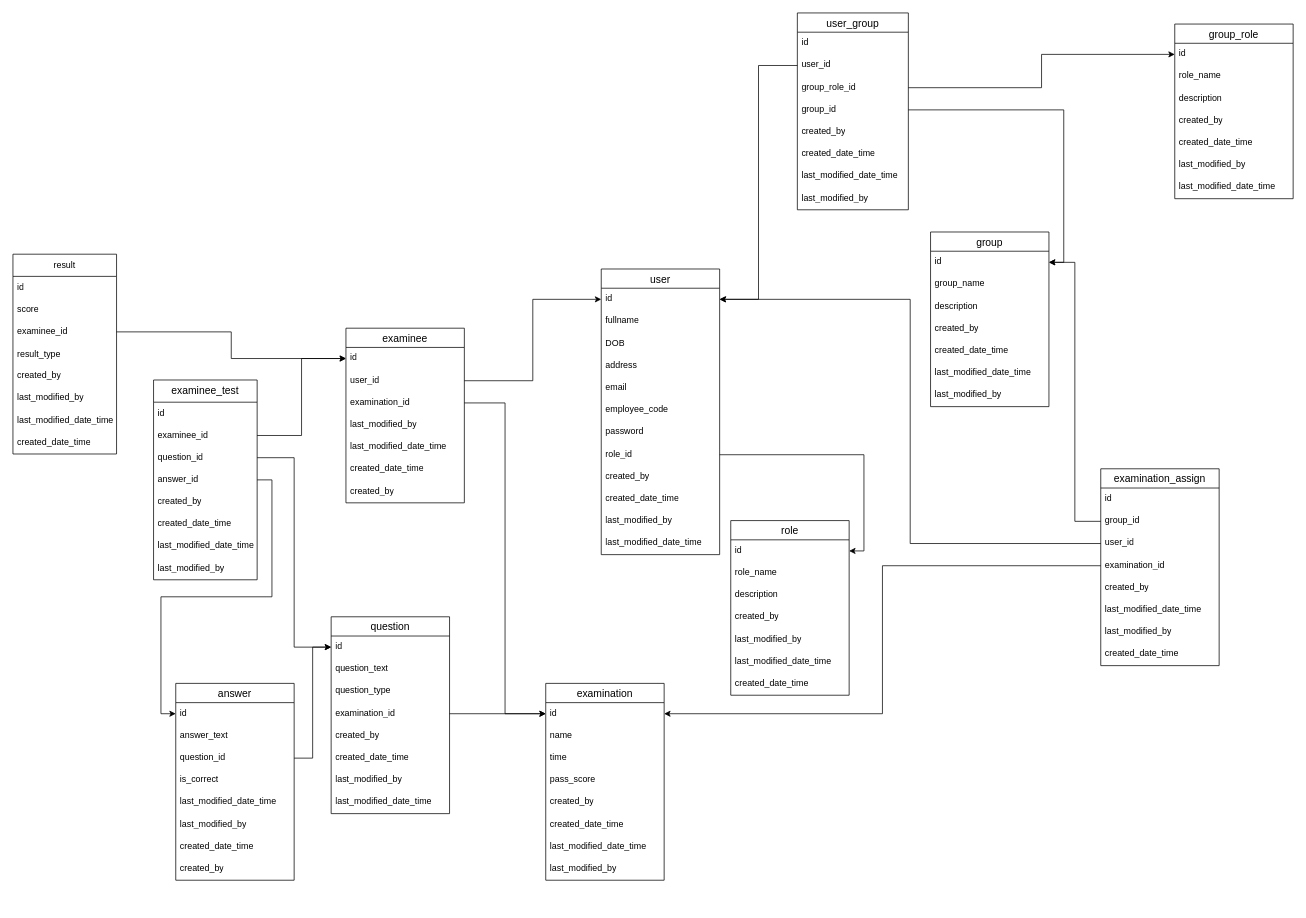
nguyenvanhadncntt/skills_assessment keeps this draw.io diagram as db_design.drawio. Above is the earlier version. Source tidied: cells renumbered, new cells numbered last; positions are measured from the earlier drawing's top-left corner, leaving out a move shared by most shapes. Both pictures are drawn from the tidied source at 74%, with x=0, y=0 at pixel (13, 13).
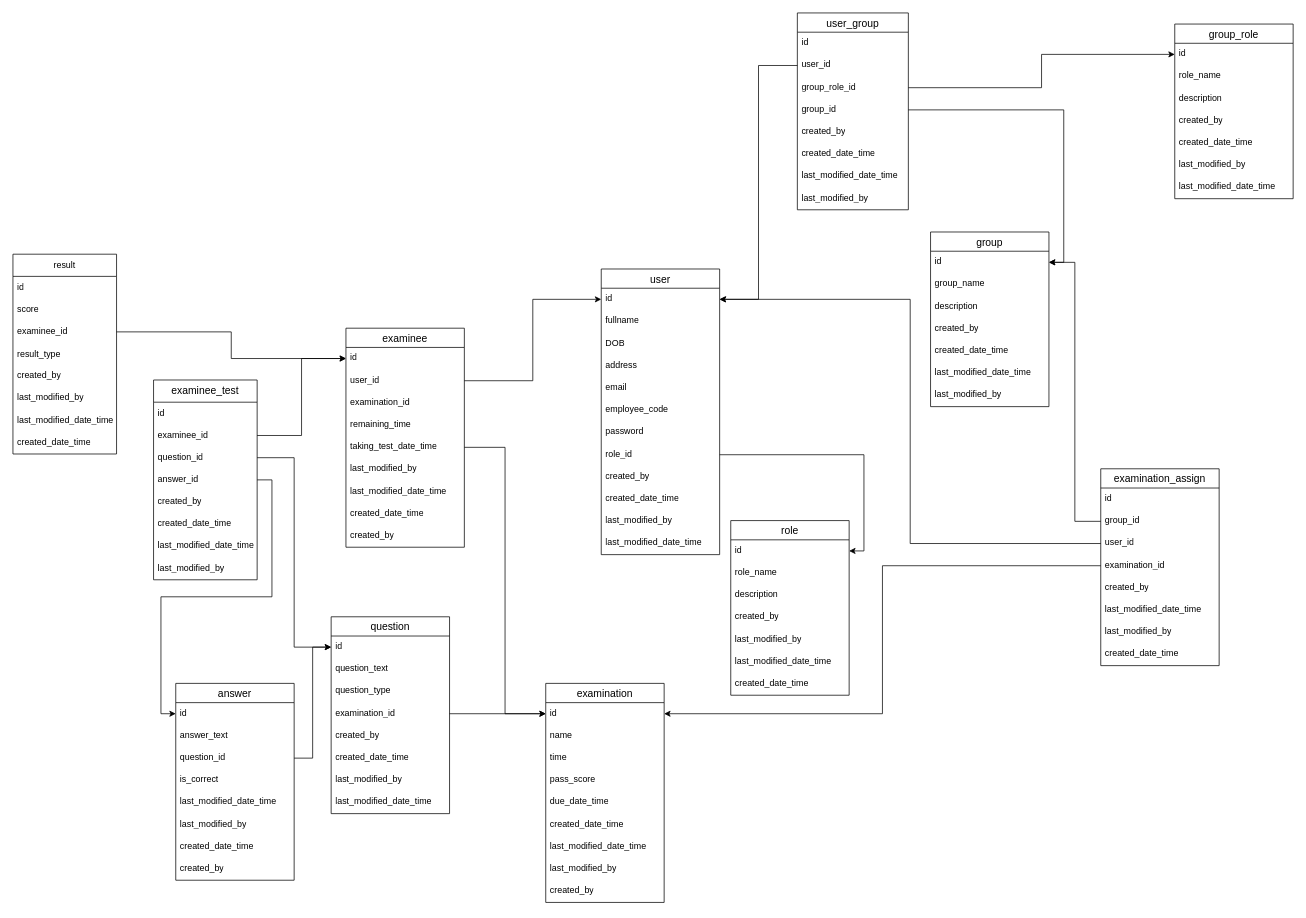
Above is the later version.

Change to the diagram source:
```diff
@@
     <mxCell id="48" value="examination" style="swimlane;fontStyle=0;horizontal=1;startSize=26;align=center;fontSize=14;" parent="1" vertex="1">
-      <mxGeometry x="720" y="906" width="160" height="266" as="geometry" />
+      <mxGeometry x="720" y="906" width="160" height="296" as="geometry" />
     </mxCell>
@@
-    <mxCell id="53" value="created_by" style="text;strokeColor=none;fillColor=none;spacingLeft=4;spacingRight=4;overflow=hidden;fontSize=12;whiteSpace=wrap;html=1;" parent="48" vertex="1">
+    <mxCell id="53" value="due_date_time" style="text;strokeColor=none;fillColor=none;spacingLeft=4;spacingRight=4;overflow=hidden;fontSize=12;whiteSpace=wrap;html=1;" parent="48" vertex="1">
       <mxGeometry y="146" width="160" height="30" as="geometry" />
     </mxCell>
@@
+    <mxCell id="125" value="created_by" style="text;strokeColor=none;fillColor=none;spacingLeft=4;spacingRight=4;overflow=hidden;fontSize=12;whiteSpace=wrap;html=1;" parent="48" vertex="1">
+      <mxGeometry y="266" width="160" height="30" as="geometry" />
+    </mxCell>
@@
     <mxCell id="90" value="examinee" style="swimlane;fontStyle=0;horizontal=1;startSize=26;align=center;fontSize=14;" parent="1" vertex="1">
-      <mxGeometry x="450" y="426" width="160" height="236" as="geometry" />
+      <mxGeometry x="450" y="426" width="160" height="296" as="geometry" />
     </mxCell>
@@
+    <mxCell id="126" value="examination_id" style="text;strokeColor=none;fillColor=none;spacingLeft=4;spacingRight=4;overflow=hidden;fontSize=12;whiteSpace=wrap;html=1;" parent="90" vertex="1">
+      <mxGeometry y="86" width="160" height="30" as="geometry" />
+    </mxCell>
+    <mxCell id="127" value="remaining_time" style="text;strokeColor=none;fillColor=none;spacingLeft=4;spacingRight=4;overflow=hidden;fontSize=12;whiteSpace=wrap;html=1;" parent="90" vertex="1">
+      <mxGeometry y="116" width="160" height="30" as="geometry" />
+    </mxCell>
-    <mxCell id="93" value="examination_id" style="text;strokeColor=none;fillColor=none;spacingLeft=4;spacingRight=4;overflow=hidden;points=[[0,0.5],[1,0.5]];portConstraint=eastwest;fontSize=12;whiteSpace=wrap;html=1;" parent="90" vertex="1">
-      <mxGeometry y="86" width="160" height="30" as="geometry" />
+    <mxCell id="93" value="taking_test_date_time" style="text;strokeColor=none;fillColor=none;spacingLeft=4;spacingRight=4;overflow=hidden;points=[[0,0.5],[1,0.5]];portConstraint=eastwest;fontSize=12;whiteSpace=wrap;html=1;" parent="90" vertex="1">
+      <mxGeometry y="146" width="160" height="30" as="geometry" />
     </mxCell>
     <mxCell id="94" value="last_modified_by" style="text;strokeColor=none;fillColor=none;spacingLeft=4;spacingRight=4;overflow=hidden;fontSize=12;whiteSpace=wrap;html=1;" parent="90" vertex="1">
-      <mxGeometry y="116" width="160" height="30" as="geometry" />
+      <mxGeometry y="176" width="160" height="30" as="geometry" />
     </mxCell>
     <mxCell id="95" value="last_modified_date_time" style="text;strokeColor=none;fillColor=none;spacingLeft=4;spacingRight=4;overflow=hidden;fontSize=12;whiteSpace=wrap;html=1;" parent="90" vertex="1">
-      <mxGeometry y="146" width="160" height="30" as="geometry" />
+      <mxGeometry y="206" width="160" height="30" as="geometry" />
     </mxCell>
     <mxCell id="96" value="created_date_time" style="text;strokeColor=none;fillColor=none;spacingLeft=4;spacingRight=4;overflow=hidden;fontSize=12;whiteSpace=wrap;html=1;" parent="90" vertex="1">
-      <mxGeometry y="176" width="160" height="30" as="geometry" />
+      <mxGeometry y="236" width="160" height="30" as="geometry" />
     </mxCell>
     <mxCell id="97" value="created_by" style="text;strokeColor=none;fillColor=none;spacingLeft=4;spacingRight=4;overflow=hidden;fontSize=12;whiteSpace=wrap;html=1;" parent="90" vertex="1">
-      <mxGeometry y="206" width="160" height="30" as="geometry" />
+      <mxGeometry y="266" width="160" height="30" as="geometry" />
     </mxCell>
```
